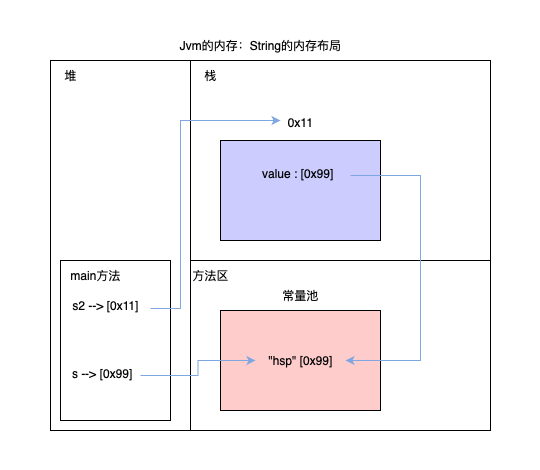
Earlier version of the draw.io export drawio/StringMemory.png (Stolorzs/Picgo). Source tidied: cells renumbered, new cells last; positions are measured from the earlier drawing's top-left corner, leaving out a move shared by most shapes.
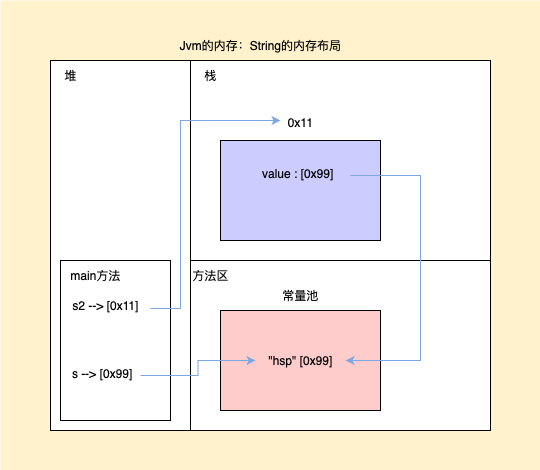
The same file after the commit.

Diff of the diagram source:
```diff
@@ -2,7 +2,7 @@
   <root>
     <mxCell id="0" />
     <mxCell id="1" parent="0" />
-    <mxCell id="2" style="rounded=0;whiteSpace=wrap;html=1;strokeColor=none;" parent="1" vertex="1">
+    <mxCell id="2" style="rounded=0;whiteSpace=wrap;html=1;strokeColor=none;fillColor=#FFF2CC;" parent="1" vertex="1">
       <mxGeometry width="540" height="470" as="geometry" />
     </mxCell>
     <mxCell id="3" style="rounded=0;whiteSpace=wrap;html=1;" parent="1" vertex="1">
```
